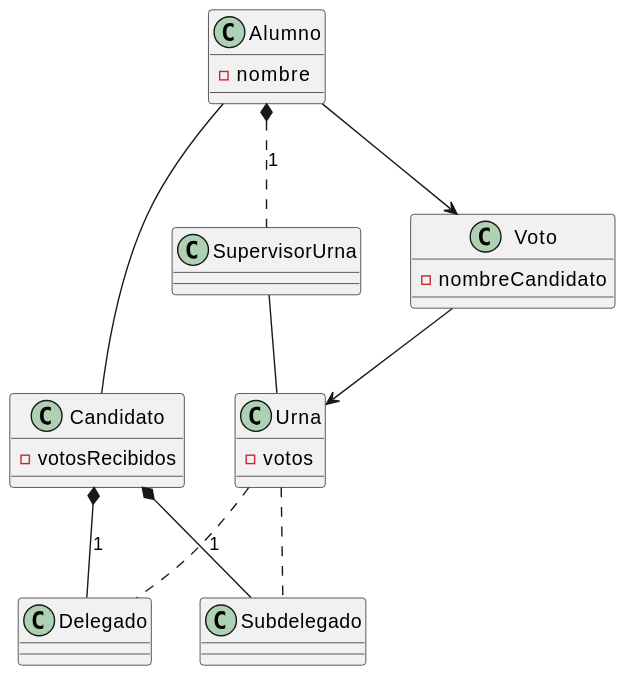
Before: entregas/salmeronJavier/10-10/svg/Delegado_Clases.svg, a diagram exported from PlantUML (mmasias/24-25-IdSw1). Its diagram source:
```plantuml
@startuml
class Alumno {
  - nombre
}

class Candidato {
  - votosRecibidos
}

class Voto {
  - nombreCandidato
}

class Urna {
  - votos
}

class SupervisorUrna {
}

class Delegado {
}

class Subdelegado {
}

Alumno --> Voto
Voto --> Urna
SupervisorUrna -- Urna
Alumno *.. SupervisorUrna : 1

Urna .. Delegado
Urna .. Subdelegado

Alumno -- Candidato
Candidato *-- Delegado : 1
Candidato *-- Subdelegado : 1
@enduml
```
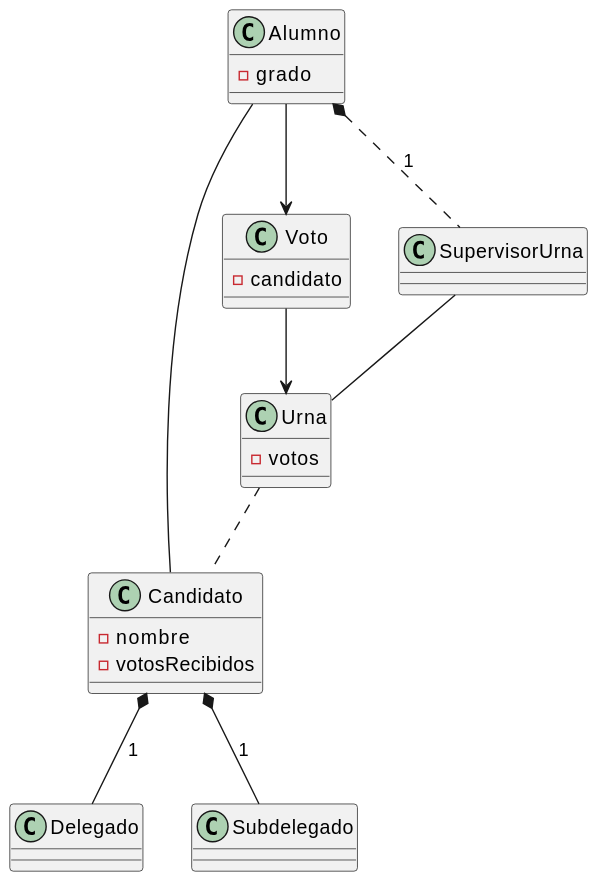
Above is the later version.

Commit message:
Delegado - Actualizar Clases

Change to the diagram source:
```diff
@@ -1,14 +1,15 @@
 @startuml
 class Alumno {
-  - nombre
+  - grado
 }
 
 class Candidato {
+  - nombre
   - votosRecibidos
 }
 
 class Voto {
-  - nombreCandidato
+  - candidato
 }
 
 class Urna {
@@ -29,8 +30,7 @@
 SupervisorUrna -- Urna
 Alumno *.. SupervisorUrna : 1
 
-Urna .. Delegado
-Urna .. Subdelegado
+Urna .. Candidato
 
 Alumno -- Candidato
 Candidato *-- Delegado : 1
```
